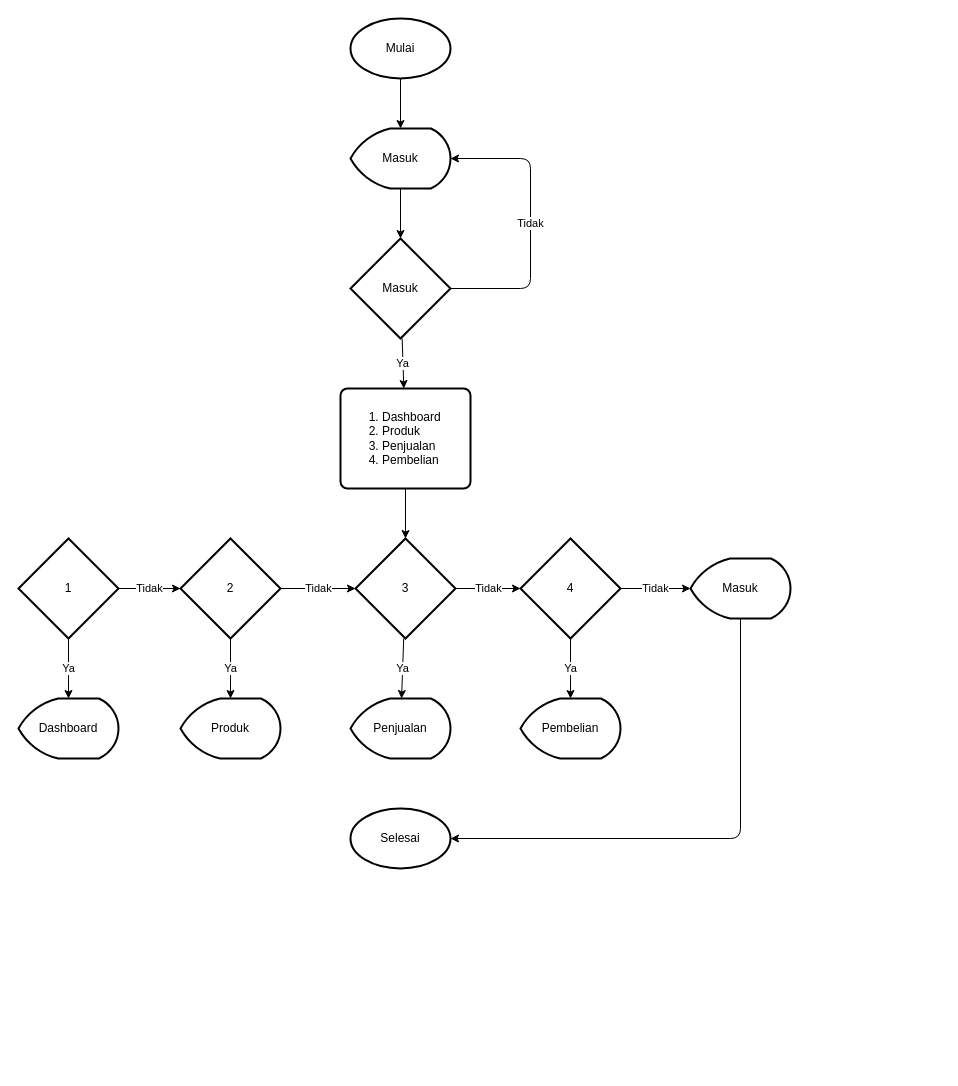
Before: other/flow.drawio in dickymahfudin/abc-fuzzy, a draw.io diagram. Source tidied: cells renumbered, new cells numbered last; positions are measured from the earlier drawing's top-left corner, leaving out a move shared by most shapes. Both pictures are drawn from the tidied source at 100%, with x=0, y=0 at pixel (18, 18).
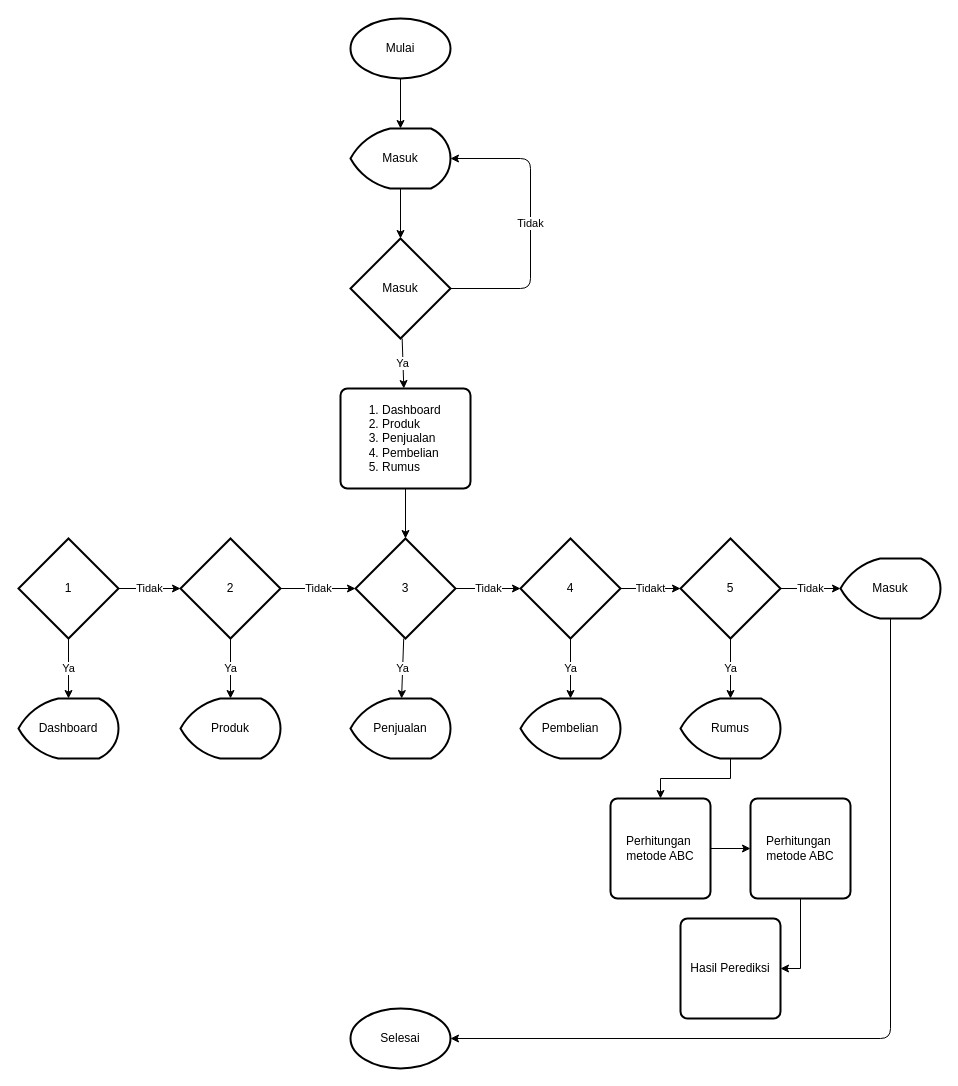
Above is the later version.

The change refers to these unchanged cells:
```xml
<mxCell id="22" value="4" style="strokeWidth=2;html=1;shape=mxgraph.flowchart.decision;whiteSpace=wrap;" parent="1" vertex="1">
  <mxGeometry x="502" y="520" width="100" height="100" as="geometry" />
</mxCell>
```

What changed in the source:
```diff
@@
-    <mxCell id="10" value="&lt;div style=&quot;&quot;&gt;&lt;ol&gt;&lt;li&gt;&lt;span style=&quot;background-color: initial;&quot;&gt;Dashboard&lt;/span&gt;&lt;/li&gt;&lt;li&gt;&lt;span style=&quot;background-color: initial;&quot;&gt;Produk&lt;/span&gt;&lt;/li&gt;&lt;li&gt;&lt;span style=&quot;background-color: initial;&quot;&gt;Penjualan&lt;/span&gt;&lt;/li&gt;&lt;li&gt;&lt;span style=&quot;background-color: initial;&quot;&gt;Pembelian&lt;/span&gt;&lt;/li&gt;&lt;/ol&gt;&lt;/div&gt;" style="rounded=1;whiteSpace=wrap;html=1;absoluteArcSize=1;arcSize=14;strokeWidth=2;align=left;" parent="1" vertex="1">
+    <mxCell id="10" value="&lt;div style=&quot;&quot;&gt;&lt;ol&gt;&lt;li&gt;&lt;span style=&quot;background-color: initial;&quot;&gt;Dashboard&lt;/span&gt;&lt;/li&gt;&lt;li&gt;&lt;span style=&quot;background-color: initial;&quot;&gt;Produk&lt;/span&gt;&lt;/li&gt;&lt;li&gt;&lt;span style=&quot;background-color: initial;&quot;&gt;Penjualan&lt;/span&gt;&lt;/li&gt;&lt;li&gt;&lt;span style=&quot;background-color: initial;&quot;&gt;Pembelian&lt;/span&gt;&lt;/li&gt;&lt;li&gt;&lt;span style=&quot;background-color: initial;&quot;&gt;Rumus&lt;/span&gt;&lt;/li&gt;&lt;/ol&gt;&lt;/div&gt;" style="rounded=1;whiteSpace=wrap;html=1;absoluteArcSize=1;arcSize=14;strokeWidth=2;align=left;" parent="1" vertex="1">
       <mxGeometry x="322" y="370" width="130" height="100" as="geometry" />
     </mxCell>
@@
-    <mxCell id="20" value="Tidak" style="edgeStyle=none;html=1;" parent="1" edge="1" source="22" target="24">
+    <mxCell id="20" value="Tidak" style="edgeStyle=none;html=1;startArrow=none;" parent="1" edge="1" source="32" target="24">
       <mxGeometry relative="1" as="geometry" />
     </mxCell>
@@
+    <mxCell id="30" value="Tidakt" style="edgeStyle=none;html=1;" parent="1" edge="1" source="22" target="32">
+      <mxGeometry relative="1" as="geometry" />
+    </mxCell>
@@
     <mxCell id="23" style="edgeStyle=none;html=1;exitX=0.5;exitY=1;exitDx=0;exitDy=0;exitPerimeter=0;entryX=1;entryY=0.5;entryDx=0;entryDy=0;entryPerimeter=0;" parent="1" edge="1" source="24" target="25">
       <mxGeometry relative="1" as="geometry">
         <Array as="points">
-          <mxPoint x="722" y="820" />
+          <mxPoint x="872" y="1020" />
         </Array>
       </mxGeometry>
     </mxCell>
     <mxCell id="24" value="Masuk" style="strokeWidth=2;html=1;shape=mxgraph.flowchart.display;whiteSpace=wrap;" parent="1" vertex="1">
-      <mxGeometry x="672" y="540" width="100" height="60" as="geometry" />
+      <mxGeometry x="822" y="540" width="100" height="60" as="geometry" />
     </mxCell>
     <mxCell id="25" value="Selesai" style="strokeWidth=2;html=1;shape=mxgraph.flowchart.start_1;whiteSpace=wrap;" parent="1" vertex="1">
-      <mxGeometry x="332" y="790" width="100" height="60" as="geometry" />
+      <mxGeometry x="332" y="990" width="100" height="60" as="geometry" />
     </mxCell>
@@
+    <mxCell id="31" value="Ya" style="edgeStyle=none;html=1;" parent="1" edge="1" source="32" target="34">
+      <mxGeometry relative="1" as="geometry" />
+    </mxCell>
+    <mxCell id="32" value="5" style="strokeWidth=2;html=1;shape=mxgraph.flowchart.decision;whiteSpace=wrap;" parent="1" vertex="1">
+      <mxGeometry x="662" y="520" width="100" height="100" as="geometry" />
+    </mxCell>
+    <mxCell id="33" style="edgeStyle=none;rounded=0;html=1;entryX=0.5;entryY=0;entryDx=0;entryDy=0;" parent="1" edge="1" source="34" target="36">
+      <mxGeometry relative="1" as="geometry">
+        <Array as="points">
+          <mxPoint x="712" y="760" />
+          <mxPoint x="642" y="760" />
+        </Array>
+      </mxGeometry>
+    </mxCell>
+    <mxCell id="34" value="Rumus" style="strokeWidth=2;html=1;shape=mxgraph.flowchart.display;whiteSpace=wrap;" parent="1" vertex="1">
+      <mxGeometry x="662" y="680" width="100" height="60" as="geometry" />
+    </mxCell>
+    <mxCell id="35" style="edgeStyle=none;rounded=0;html=1;" parent="1" edge="1" source="36" target="38">
+      <mxGeometry relative="1" as="geometry" />
+    </mxCell>
+    <mxCell id="36" value="Perhitungan&amp;nbsp;&lt;br&gt;metode ABC" style="rounded=1;whiteSpace=wrap;html=1;absoluteArcSize=1;arcSize=14;strokeWidth=2;" parent="1" vertex="1">
+      <mxGeometry x="592" y="780" width="100" height="100" as="geometry" />
+    </mxCell>
+    <mxCell id="37" style="edgeStyle=none;rounded=0;html=1;exitX=0.5;exitY=1;exitDx=0;exitDy=0;entryX=1;entryY=0.5;entryDx=0;entryDy=0;" parent="1" edge="1" source="38" target="39">
+      <mxGeometry relative="1" as="geometry">
+        <Array as="points">
+          <mxPoint x="782" y="950" />
+        </Array>
+      </mxGeometry>
+    </mxCell>
+    <mxCell id="38" value="Perhitungan&amp;nbsp;&lt;br&gt;metode ABC" style="rounded=1;whiteSpace=wrap;html=1;absoluteArcSize=1;arcSize=14;strokeWidth=2;" parent="1" vertex="1">
+      <mxGeometry x="732" y="780" width="100" height="100" as="geometry" />
+    </mxCell>
+    <mxCell id="39" value="Hasil Perediksi" style="rounded=1;whiteSpace=wrap;html=1;absoluteArcSize=1;arcSize=14;strokeWidth=2;" parent="1" vertex="1">
+      <mxGeometry x="662" y="900" width="100" height="100" as="geometry" />
+    </mxCell>
```
